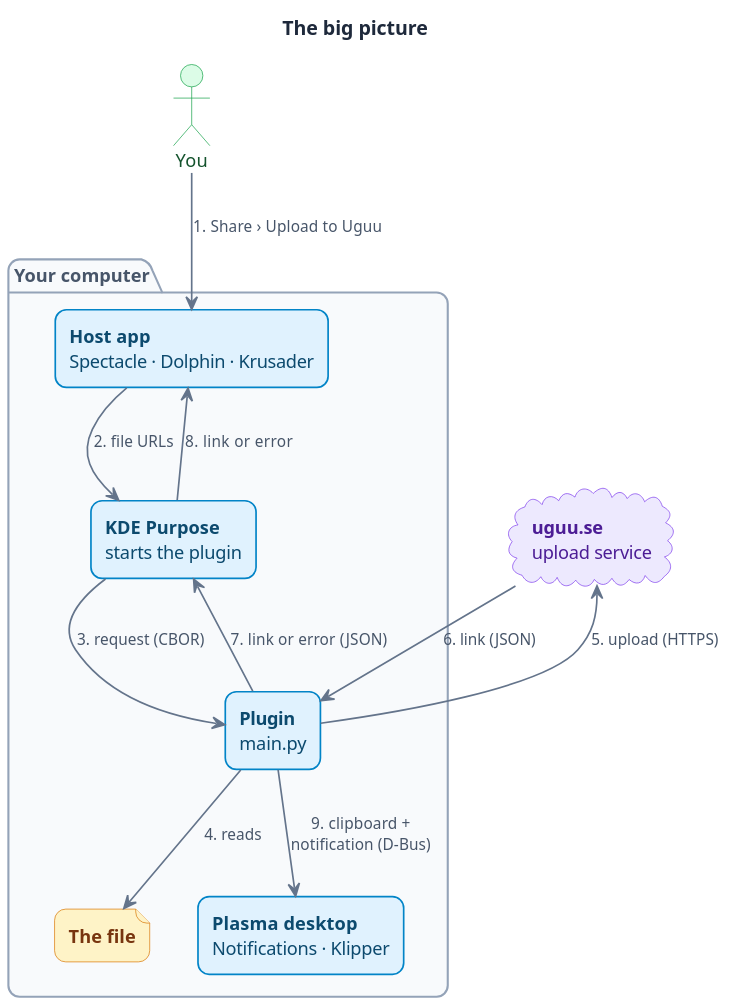
midvok/kde-purpose-plugins keeps this PlantUML diagram as docs/diagrams/out/how-it-works-overview.svg. Above is the earlier version.
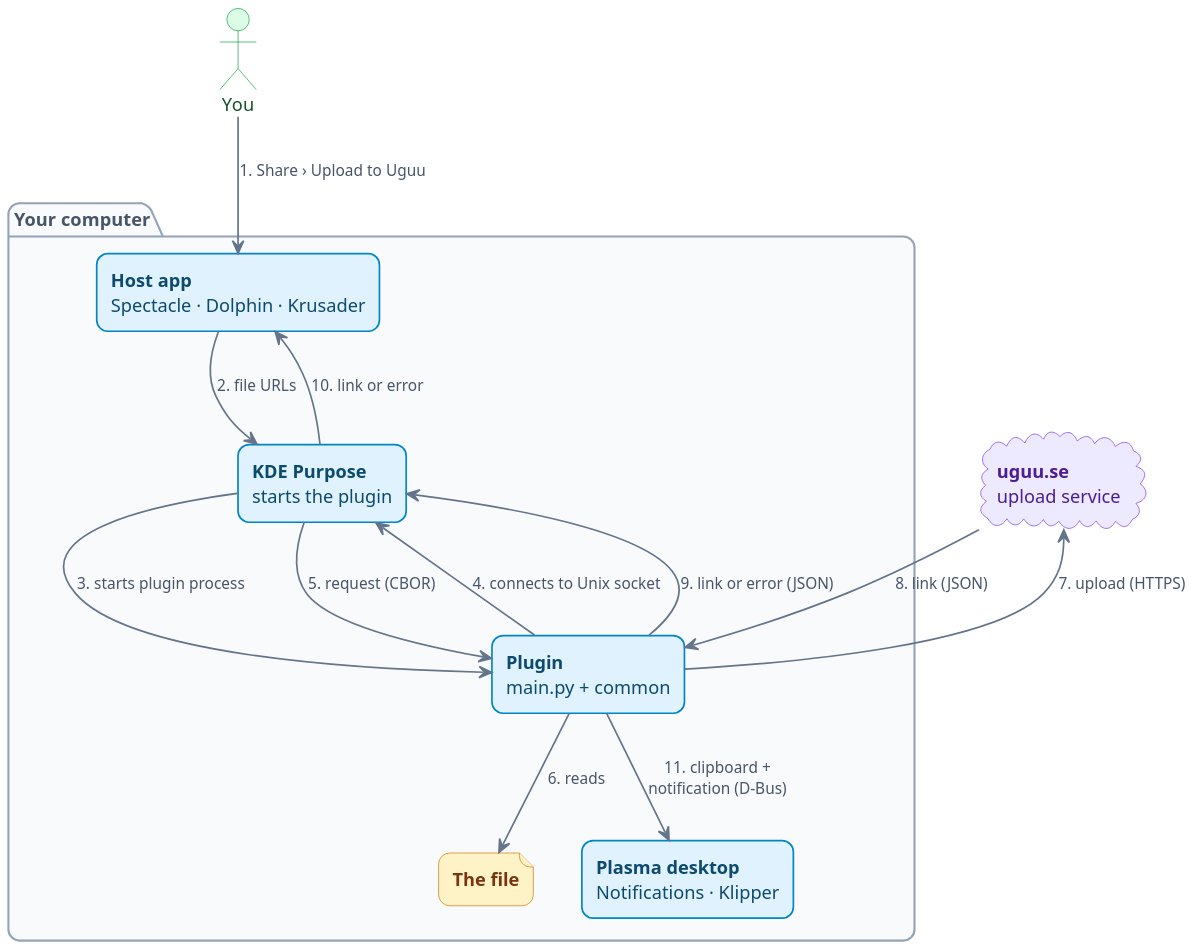
Above is the later version.

Change to the diagram source:
```diff
@@ -1,14 +1,12 @@
 @startuml
 !include _style.iuml
-
-title "The big picture"
 
 actor "You" as user
 
 package "Your computer" {
     rectangle "**Host app**\nSpectacle · Dolphin · Krusader" as host
     rectangle "**KDE Purpose**\nstarts the plugin" as purpose
-    rectangle "**Plugin**\nmain.py" as plugin
+    rectangle "**Plugin**\nmain.py + common" as plugin
     file "**The file**" as file
     rectangle "**Plasma desktop**\nNotifications · Klipper" as plasma
 }
@@ -17,11 +15,13 @@
 
 user --> host : 1. Share › Upload to Uguu
 host --> purpose : 2. file URLs
-purpose --> plugin : 3. request (CBOR)
-plugin --> file : 4. reads
-plugin --> service : 5. upload (HTTPS)
-service --> plugin : 6. link (JSON)
-plugin --> purpose : 7. link or error (JSON)
-purpose --> host : 8. link or error
-plugin --> plasma : 9. clipboard +\nnotification (D-Bus)
+purpose --> plugin : 3. starts plugin process
+plugin --> purpose : 4. connects to Unix socket
+purpose --> plugin : 5. request (CBOR)
+plugin --> file : 6. reads
+plugin --> service : 7. upload (HTTPS)
+service --> plugin : 8. link (JSON)
+plugin --> purpose : 9. link or error (JSON)
+purpose --> host : 10. link or error
+plugin --> plasma : 11. clipboard +\nnotification (D-Bus)
 @enduml
```
